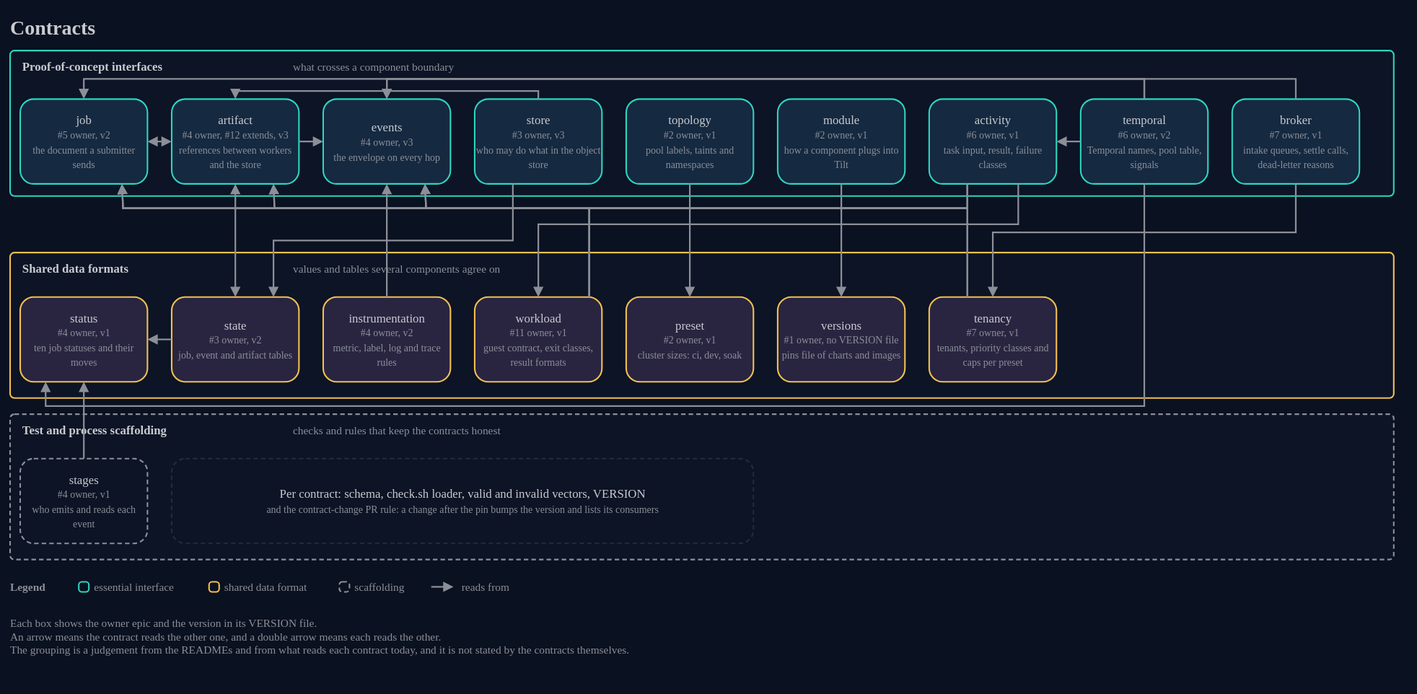
Before: docs/architecture/15-contracts.drawio.svg, a diagram exported from draw.io (AndoNorth/disyard). Source tidied: cells renumbered, new cells last; positions are measured from the earlier drawing's top-left corner, leaving out a move shared by most shapes.
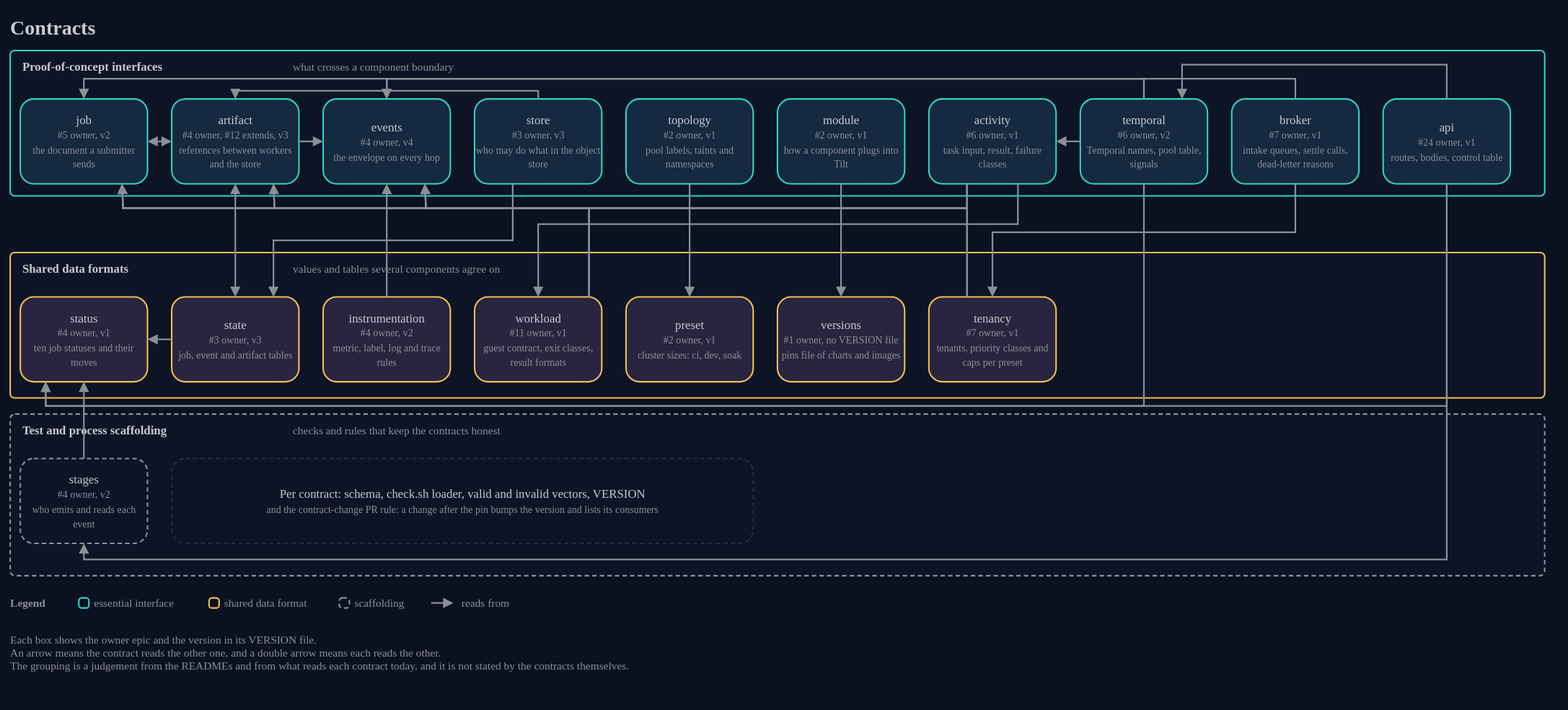
Later version of the same file.

Change to the diagram source:
```diff
@@ -3,10 +3,10 @@
     <mxCell id="0" />
     <mxCell id="1" parent="0" />
     <mxCell id="2" value="Contracts" style="text;html=1;strokeColor=none;fillColor=none;align=left;verticalAlign=middle;whiteSpace=nowrap;fontColor=#c9cbd0;fontSize=20;fontStyle=1;fontFamily=IBM Plex Sans;spacing=0;" parent="1" vertex="1">
-      <mxGeometry width="1370" height="32" as="geometry" />
+      <mxGeometry width="1520" height="32" as="geometry" />
     </mxCell>
     <mxCell id="3" style="rounded=1;arcSize=3;html=1;whiteSpace=wrap;fillColor=#0c1425;strokeColor=#2fd4bf;strokeWidth=1.5;fontColor=#c9cbd0;fontSize=12;fontFamily=IBM Plex Sans;verticalAlign=top;align=left;" parent="1" vertex="1">
-      <mxGeometry y="40" width="1370" height="144" as="geometry" />
+      <mxGeometry y="40" width="1520" height="144" as="geometry" />
     </mxCell>
     <mxCell id="4" value="Proof-of-concept interfaces" style="text;html=1;strokeColor=none;fillColor=none;align=left;verticalAlign=middle;whiteSpace=nowrap;fontColor=#c9cbd0;fontSize=12;fontStyle=1;fontFamily=IBM Plex Sans;spacing=0;" parent="1" vertex="1">
       <mxGeometry x="12" y="46" width="500" height="20" as="geometry" />
@@ -15,7 +15,7 @@
       <mxGeometry x="280" y="46" width="400" height="20" as="geometry" />
     </mxCell>
     <mxCell id="6" style="rounded=1;arcSize=3;html=1;whiteSpace=wrap;fillColor=#0c1425;strokeColor=#f4bf51;strokeWidth=1.5;fontColor=#c9cbd0;fontSize=12;fontFamily=IBM Plex Sans;verticalAlign=top;align=left;" parent="1" vertex="1">
-      <mxGeometry y="240" width="1370" height="144" as="geometry" />
+      <mxGeometry y="240" width="1520" height="144" as="geometry" />
     </mxCell>
     <mxCell id="7" value="Shared data formats" style="text;html=1;strokeColor=none;fillColor=none;align=left;verticalAlign=middle;whiteSpace=nowrap;fontColor=#c9cbd0;fontSize=12;fontStyle=1;fontFamily=IBM Plex Sans;spacing=0;" parent="1" vertex="1">
       <mxGeometry x="12" y="246" width="260" height="20" as="geometry" />
@@ -24,7 +24,7 @@
       <mxGeometry x="280" y="246" width="500" height="20" as="geometry" />
     </mxCell>
     <mxCell id="9" style="rounded=1;arcSize=3;html=1;whiteSpace=wrap;fillColor=#0c1425;strokeColor=#8c8f98;strokeWidth=1.5;dashed=1;dashPattern=3 2;fontColor=#c9cbd0;fontSize=12;fontFamily=IBM Plex Sans;verticalAlign=top;align=left;" parent="1" vertex="1">
-      <mxGeometry y="400" width="1370" height="144" as="geometry" />
+      <mxGeometry y="400" width="1520" height="160" as="geometry" />
     </mxCell>
     <mxCell id="10" value="Test and process scaffolding" style="text;html=1;strokeColor=none;fillColor=none;align=left;verticalAlign=middle;whiteSpace=nowrap;fontColor=#c9cbd0;fontSize=12;fontStyle=1;fontFamily=IBM Plex Sans;spacing=0;" parent="1" vertex="1">
       <mxGeometry x="12" y="406" width="260" height="20" as="geometry" />
@@ -44,7 +44,7 @@
     <mxCell id="15" value="artifact&lt;br&gt;&lt;font color=&quot;#8c8f98&quot; style=&quot;font-size:10px&quot;&gt;#4 owner, #12 extends, v3&lt;br&gt;references between workers and the store&lt;/font&gt;" style="rounded=1;arcSize=16;html=1;whiteSpace=wrap;fillColor=#152940;strokeColor=#2fd4bf;strokeWidth=1.5;fontColor=#c9cbd0;fontSize=12;fontFamily=IBM Plex Sans;align=center;verticalAlign=middle;" parent="1" vertex="1">
       <mxGeometry x="160" y="88" width="126" height="84" as="geometry" />
     </mxCell>
-    <mxCell id="16" value="events&lt;br&gt;&lt;font color=&quot;#8c8f98&quot; style=&quot;font-size:10px&quot;&gt;#4 owner, v3&lt;br&gt;the envelope on every hop&lt;/font&gt;" style="rounded=1;arcSize=16;html=1;whiteSpace=wrap;fillColor=#152940;strokeColor=#2fd4bf;strokeWidth=1.5;fontColor=#c9cbd0;fontSize=12;fontFamily=IBM Plex Sans;align=center;verticalAlign=middle;" parent="1" vertex="1">
+    <mxCell id="16" value="events&lt;br&gt;&lt;font color=&quot;#8c8f98&quot; style=&quot;font-size:10px&quot;&gt;#4 owner, v4&lt;br&gt;the envelope on every hop&lt;/font&gt;" style="rounded=1;arcSize=16;html=1;whiteSpace=wrap;fillColor=#152940;strokeColor=#2fd4bf;strokeWidth=1.5;fontColor=#c9cbd0;fontSize=12;fontFamily=IBM Plex Sans;align=center;verticalAlign=middle;" parent="1" vertex="1">
       <mxGeometry x="310" y="88" width="126" height="84" as="geometry" />
     </mxCell>
     <mxCell id="17" value="store&lt;br&gt;&lt;font color=&quot;#8c8f98&quot; style=&quot;font-size:10px&quot;&gt;#3 owner, v3&lt;br&gt;who may do what in the object store&lt;/font&gt;" style="rounded=1;arcSize=16;html=1;whiteSpace=wrap;fillColor=#152940;strokeColor=#2fd4bf;strokeWidth=1.5;fontColor=#c9cbd0;fontSize=12;fontFamily=IBM Plex Sans;align=center;verticalAlign=middle;" parent="1" vertex="1">
@@ -59,7 +59,7 @@
     <mxCell id="20" value="status&lt;br&gt;&lt;font color=&quot;#8c8f98&quot; style=&quot;font-size:10px&quot;&gt;#4 owner, v1&lt;br&gt;ten job statuses and their moves&lt;/font&gt;" style="rounded=1;arcSize=16;html=1;whiteSpace=wrap;fillColor=#292541;strokeColor=#f4bf51;strokeWidth=1.5;fontColor=#c9cbd0;fontSize=12;fontFamily=IBM Plex Sans;align=center;verticalAlign=middle;" parent="1" vertex="1">
       <mxGeometry x="10" y="284" width="126" height="84" as="geometry" />
     </mxCell>
-    <mxCell id="21" value="state&lt;br&gt;&lt;font color=&quot;#8c8f98&quot; style=&quot;font-size:10px&quot;&gt;#3 owner, v2&lt;br&gt;job, event and artifact tables&lt;/font&gt;" style="rounded=1;arcSize=16;html=1;whiteSpace=wrap;fillColor=#292541;strokeColor=#f4bf51;strokeWidth=1.5;fontColor=#c9cbd0;fontSize=12;fontFamily=IBM Plex Sans;align=center;verticalAlign=middle;" parent="1" vertex="1">
+    <mxCell id="21" value="state&lt;br&gt;&lt;font color=&quot;#8c8f98&quot; style=&quot;font-size:10px&quot;&gt;#3 owner, v3&lt;br&gt;job, event and artifact tables&lt;/font&gt;" style="rounded=1;arcSize=16;html=1;whiteSpace=wrap;fillColor=#292541;strokeColor=#f4bf51;strokeWidth=1.5;fontColor=#c9cbd0;fontSize=12;fontFamily=IBM Plex Sans;align=center;verticalAlign=middle;" parent="1" vertex="1">
       <mxGeometry x="160" y="284" width="126" height="84" as="geometry" />
     </mxCell>
     <mxCell id="22" value="instrumentation&lt;br&gt;&lt;font color=&quot;#8c8f98&quot; style=&quot;font-size:10px&quot;&gt;#4 owner, v2&lt;br&gt;metric, label, log and trace rules&lt;/font&gt;" style="rounded=1;arcSize=16;html=1;whiteSpace=wrap;fillColor=#292541;strokeColor=#f4bf51;strokeWidth=1.5;fontColor=#c9cbd0;fontSize=12;fontFamily=IBM Plex Sans;align=center;verticalAlign=middle;" parent="1" vertex="1">
@@ -71,7 +71,7 @@
     <mxCell id="24" value="versions&lt;br&gt;&lt;font color=&quot;#8c8f98&quot; style=&quot;font-size:10px&quot;&gt;#1 owner, no VERSION file&lt;br&gt;pins file of charts and images&lt;/font&gt;" style="rounded=1;arcSize=16;html=1;whiteSpace=wrap;fillColor=#292541;strokeColor=#f4bf51;strokeWidth=1.5;fontColor=#c9cbd0;fontSize=12;fontFamily=IBM Plex Sans;align=center;verticalAlign=middle;" parent="1" vertex="1">
       <mxGeometry x="760" y="284" width="126" height="84" as="geometry" />
     </mxCell>
-    <mxCell id="25" value="stages&lt;br&gt;&lt;font color=&quot;#8c8f98&quot; style=&quot;font-size:10px&quot;&gt;#4 owner, v1&lt;br&gt;who emits and reads each event&lt;/font&gt;" style="rounded=1;arcSize=16;html=1;whiteSpace=wrap;fillColor=#0c1425;strokeColor=#8c8f98;strokeWidth=1.5;dashed=1;dashPattern=3 2;fontColor=#c9cbd0;fontSize=12;fontFamily=IBM Plex Sans;align=center;verticalAlign=middle;" parent="1" vertex="1">
+    <mxCell id="25" value="stages&lt;br&gt;&lt;font color=&quot;#8c8f98&quot; style=&quot;font-size:10px&quot;&gt;#4 owner, v2&lt;br&gt;who emits and reads each event&lt;/font&gt;" style="rounded=1;arcSize=16;html=1;whiteSpace=wrap;fillColor=#0c1425;strokeColor=#8c8f98;strokeWidth=1.5;dashed=1;dashPattern=3 2;fontColor=#c9cbd0;fontSize=12;fontFamily=IBM Plex Sans;align=center;verticalAlign=middle;" parent="1" vertex="1">
       <mxGeometry x="10" y="444" width="126" height="84" as="geometry" />
     </mxCell>
     <mxCell id="26" value="Per contract: schema, check.sh loader, valid and invalid vectors, VERSION&lt;br&gt;&lt;font color=&quot;#8c8f98&quot; style=&quot;font-size:10px&quot;&gt;and the contract-change PR rule: a change after the pin bumps the version and lists its consumers&lt;/font&gt;" style="rounded=1;arcSize=16;html=1;whiteSpace=wrap;fillColor=#0c1425;strokeColor=#252b39;strokeWidth=1.5;dashed=1;dashPattern=3 2;fontColor=#c9cbd0;fontSize=12;fontFamily=IBM Plex Sans;align=center;verticalAlign=middle;" parent="1" vertex="1">
@@ -206,6 +206,33 @@
     <mxCell id="49" value="broker&lt;br&gt;&lt;font color=&quot;#8c8f98&quot; style=&quot;font-size:10px&quot;&gt;#7 owner, v1&lt;br&gt;intake queues, settle calls, dead-letter reasons&lt;/font&gt;" style="rounded=1;arcSize=16;html=1;whiteSpace=wrap;fillColor=#152940;strokeColor=#2fd4bf;strokeWidth=1.5;fontColor=#c9cbd0;fontSize=12;fontFamily=IBM Plex Sans;align=center;verticalAlign=middle;" parent="1" vertex="1">
       <mxGeometry x="1210" y="88" width="126" height="84" as="geometry" />
     </mxCell>
+    <mxCell id="65" value="api&lt;br&gt;&lt;font color=&quot;#8c8f98&quot; style=&quot;font-size:10px&quot;&gt;#24 owner, v1&lt;br&gt;routes, bodies, control table&lt;/font&gt;" style="rounded=1;arcSize=16;html=1;whiteSpace=wrap;fillColor=#152940;strokeColor=#2fd4bf;strokeWidth=1.5;fontColor=#c9cbd0;fontSize=12;fontFamily=IBM Plex Sans;align=center;verticalAlign=middle;" parent="1" vertex="1">
+      <mxGeometry x="1360" y="88" width="126" height="84" as="geometry" />
+    </mxCell>
+    <mxCell id="66" style="endArrow=block;endFill=1;startArrow=none;startFill=1;html=1;rounded=0;strokeColor=#8c8f98;strokeWidth=1.6;exitX=0.5;exitY=1;exitDx=0;exitDy=0;entryX=0.5;entryY=1;entryDx=0;entryDy=0;" parent="1" edge="1" source="65" target="25">
+      <mxGeometry relative="1" as="geometry">
+        <Array as="points">
+          <mxPoint x="1423" y="544" />
+          <mxPoint x="73" y="544" />
+        </Array>
+      </mxGeometry>
+    </mxCell>
+    <mxCell id="67" style="endArrow=block;endFill=1;startArrow=none;startFill=1;html=1;rounded=0;strokeColor=#8c8f98;strokeWidth=1.6;exitX=0.5;exitY=1;exitDx=0;exitDy=0;entryX=0.2;entryY=1;entryDx=0;entryDy=0;" parent="1" edge="1" source="65" target="20">
+      <mxGeometry relative="1" as="geometry">
+        <Array as="points">
+          <mxPoint x="1423" y="392" />
+          <mxPoint x="35.2" y="392" />
+        </Array>
+      </mxGeometry>
+    </mxCell>
+    <mxCell id="68" style="endArrow=block;endFill=1;startArrow=none;startFill=1;html=1;rounded=0;strokeColor=#8c8f98;strokeWidth=1.6;exitX=0.5;exitY=0;exitDx=0;exitDy=0;entryX=0.8;entryY=0;entryDx=0;entryDy=0;" parent="1" edge="1" source="65" target="14">
+      <mxGeometry relative="1" as="geometry">
+        <Array as="points">
+          <mxPoint x="1423" y="54" />
+          <mxPoint x="1160.8" y="54" />
+        </Array>
+      </mxGeometry>
+    </mxCell>
     <mxCell id="50" value="tenancy&lt;br&gt;&lt;font color=&quot;#8c8f98&quot; style=&quot;font-size:10px&quot;&gt;#7 owner, v1&lt;br&gt;tenants, priority classes and caps per preset&lt;/font&gt;" style="rounded=1;arcSize=16;html=1;whiteSpace=wrap;fillColor=#292541;strokeColor=#f4bf51;strokeWidth=1.5;fontColor=#c9cbd0;fontSize=12;fontFamily=IBM Plex Sans;align=center;verticalAlign=middle;" parent="1" vertex="1">
       <mxGeometry x="910" y="284" width="126" height="84" as="geometry" />
     </mxCell>
@@ -242,37 +269,37 @@
       </mxGeometry>
     </mxCell>
     <mxCell id="55" value="Legend" style="text;html=1;strokeColor=none;fillColor=none;align=left;verticalAlign=middle;whiteSpace=nowrap;fontColor=#8c8f98;fontSize=11;fontStyle=1;fontFamily=IBM Plex Sans;spacing=0;" parent="1" vertex="1">
-      <mxGeometry y="562" width="60" height="18" as="geometry" />
+      <mxGeometry y="578" width="60" height="18" as="geometry" />
     </mxCell>
     <mxCell id="56" style="rounded=1;arcSize=30;html=1;fillColor=none;strokeColor=#2fd4bf;strokeWidth=1.5;" parent="1" vertex="1">
-      <mxGeometry x="68" y="566" width="10" height="10" as="geometry" />
+      <mxGeometry x="68" y="582" width="10" height="10" as="geometry" />
     </mxCell>
     <mxCell id="57" value="essential interface" style="text;html=1;strokeColor=none;fillColor=none;align=left;verticalAlign=middle;whiteSpace=nowrap;fontColor=#8c8f98;fontSize=11;fontFamily=IBM Plex Sans;spacing=0;" parent="1" vertex="1">
-      <mxGeometry x="83" y="562" width="100" height="18" as="geometry" />
+      <mxGeometry x="83" y="578" width="100" height="18" as="geometry" />
     </mxCell>
     <mxCell id="58" style="rounded=1;arcSize=30;html=1;fillColor=none;strokeColor=#f4bf51;strokeWidth=1.5;" parent="1" vertex="1">
-      <mxGeometry x="197" y="566" width="10" height="10" as="geometry" />
+      <mxGeometry x="197" y="582" width="10" height="10" as="geometry" />
     </mxCell>
     <mxCell id="59" value="shared data format" style="text;html=1;strokeColor=none;fillColor=none;align=left;verticalAlign=middle;whiteSpace=nowrap;fontColor=#8c8f98;fontSize=11;fontFamily=IBM Plex Sans;spacing=0;" parent="1" vertex="1">
-      <mxGeometry x="212" y="562" width="100" height="18" as="geometry" />
+      <mxGeometry x="212" y="578" width="100" height="18" as="geometry" />
     </mxCell>
     <mxCell id="60" style="rounded=1;arcSize=30;html=1;fillColor=none;strokeColor=#8c8f98;strokeWidth=1.5;dashed=1;dashPattern=3 2;" parent="1" vertex="1">
-      <mxGeometry x="326" y="566" width="10" height="10" as="geometry" />
+      <mxGeometry x="326" y="582" width="10" height="10" as="geometry" />
     </mxCell>
     <mxCell id="61" value="scaffolding" style="text;html=1;strokeColor=none;fillColor=none;align=left;verticalAlign=middle;whiteSpace=nowrap;fontColor=#8c8f98;fontSize=11;fontFamily=IBM Plex Sans;spacing=0;" parent="1" vertex="1">
-      <mxGeometry x="341" y="562" width="62" height="18" as="geometry" />
+      <mxGeometry x="341" y="578" width="62" height="18" as="geometry" />
     </mxCell>
     <mxCell id="62" style="endArrow=block;endFill=1;html=1;rounded=0;strokeColor=#8c8f98;strokeWidth=1.6;" parent="1" edge="1">
       <mxGeometry relative="1" as="geometry">
-        <mxPoint x="417" y="571" as="sourcePoint" />
-        <mxPoint x="439" y="571" as="targetPoint" />
+        <mxPoint x="417" y="587" as="sourcePoint" />
+        <mxPoint x="439" y="587" as="targetPoint" />
       </mxGeometry>
     </mxCell>
     <mxCell id="63" value="reads from" style="text;html=1;strokeColor=none;fillColor=none;align=left;verticalAlign=middle;whiteSpace=nowrap;fontColor=#8c8f98;fontSize=11;fontFamily=IBM Plex Sans;spacing=0;" parent="1" vertex="1">
-      <mxGeometry x="447" y="562" width="70" height="18" as="geometry" />
+      <mxGeometry x="447" y="578" width="70" height="18" as="geometry" />
     </mxCell>
     <mxCell id="64" value="Each box shows the owner epic and the version in its VERSION file.&lt;br&gt;An arrow means the contract reads the other one, and a double arrow means each reads the other.&lt;br&gt;The grouping is a judgement from the READMEs and from what reads each contract today, and it is not stated by the contracts themselves." style="text;html=1;strokeColor=none;fillColor=none;align=left;verticalAlign=top;whiteSpace=wrap;fontColor=#8c8f98;fontSize=11;fontFamily=IBM Plex Sans;spacing=0;" parent="1" vertex="1">
-      <mxGeometry y="596" width="1370" height="60" as="geometry" />
+      <mxGeometry y="612" width="1520" height="60" as="geometry" />
     </mxCell>
   </root>
 </mxGraphModel>
```
